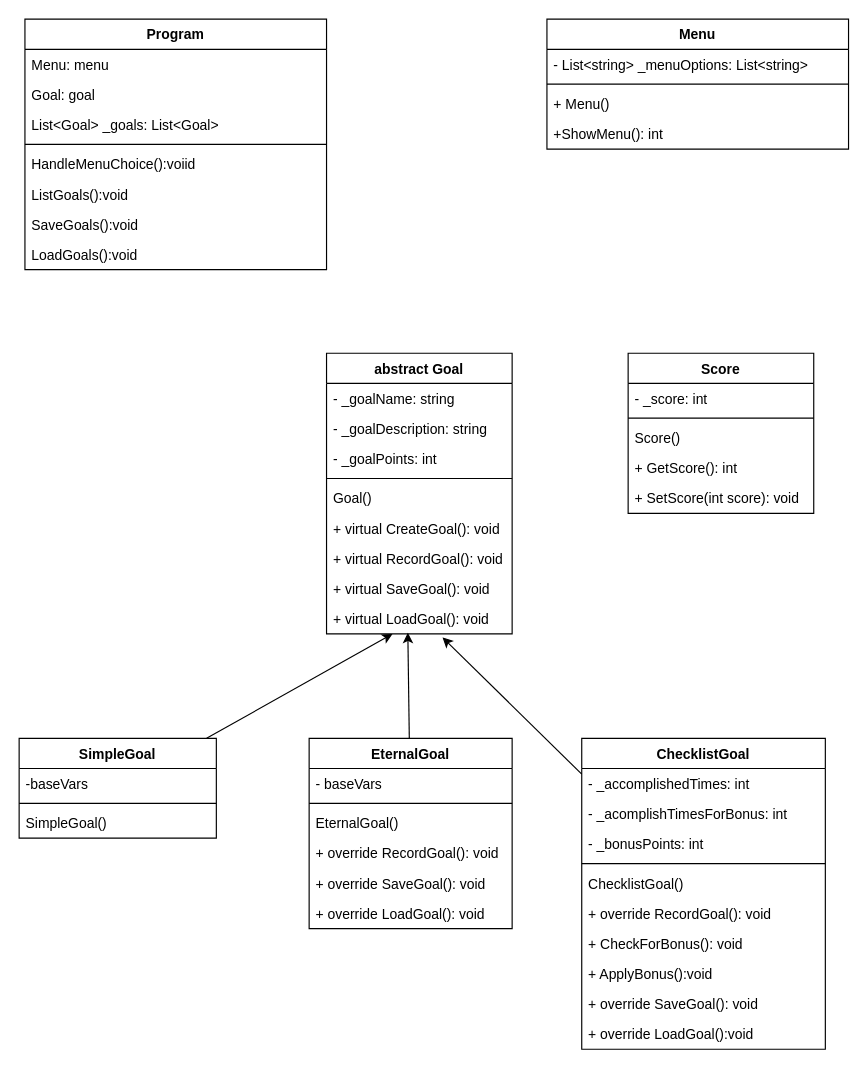
Above: Week9_Diagram.drawio in travismix1980/CodingClassesSchool (draw.io), before the change. Source tidied: cells renumbered, new cells numbered last; positions are measured from the earlier drawing's top-left corner, leaving out a move shared by most shapes. Both pictures are drawn from the tidied source at 116%, with x=0, y=0 at pixel (19, 19).
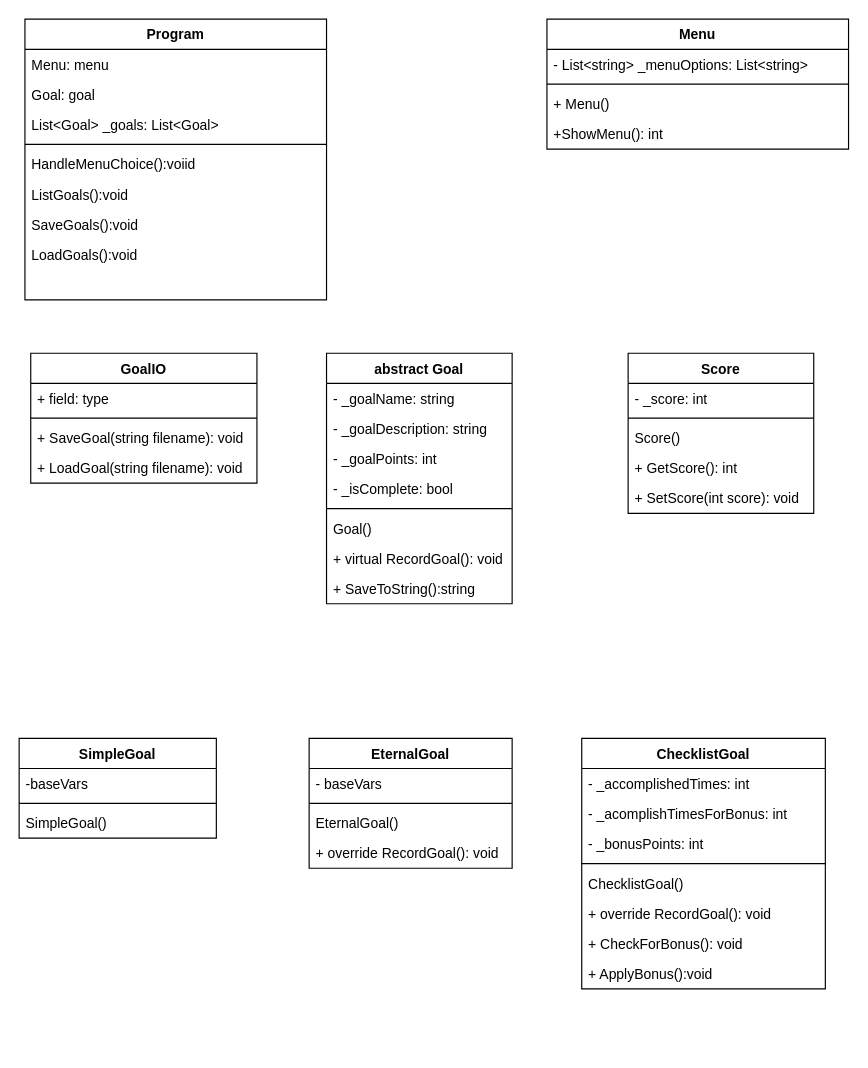
The same page after the edit.

The change refers to these unchanged cells:
```xml
<mxCell id="47" value="SimpleGoal" style="swimlane;fontStyle=1;align=center;verticalAlign=top;horizontal=1;startSize=26;" parent="1" vertex="1">
  <mxGeometry y="620" width="170" height="86" as="geometry" />
</mxCell>
```

What changed in the source:
```diff
@@
     <mxCell id="7" value="Program" style="swimlane;fontStyle=1;align=center;verticalAlign=top;horizontal=1;startSize=26;" parent="1" vertex="1">
-      <mxGeometry x="5" width="260" height="216" as="geometry" />
+      <mxGeometry x="5" width="260" height="242" as="geometry" />
     </mxCell>
@@
+    <mxCell id="57" style="text;strokeColor=none;fillColor=none;align=left;verticalAlign=top;spacingLeft=4;spacingRight=4;overflow=hidden;" parent="7" vertex="1">
+      <mxGeometry y="216" width="260" height="26" as="geometry" />
+    </mxCell>
     <mxCell id="16" value="abstract Goal" style="swimlane;fontStyle=1;align=center;verticalAlign=top;horizontal=1;startSize=26;" parent="1" vertex="1">
-      <mxGeometry x="265" y="288" width="160" height="242" as="geometry" />
+      <mxGeometry x="265" y="288" width="160" height="216" as="geometry" />
     </mxCell>
@@
+    <mxCell id="58" value="- _isComplete: bool" style="text;strokeColor=none;fillColor=none;align=left;verticalAlign=top;spacingLeft=4;spacingRight=4;overflow=hidden;" parent="16" vertex="1">
+      <mxGeometry y="104" width="160" height="26" as="geometry" />
+    </mxCell>
     <mxCell id="20" style="line;strokeWidth=1;fillColor=none;align=left;verticalAlign=middle;spacingTop=-1;spacingLeft=3;spacingRight=3;labelPosition=right;strokeColor=inherit;" parent="16" vertex="1">
-      <mxGeometry y="104" width="160" height="8" as="geometry" />
+      <mxGeometry y="130" width="160" height="8" as="geometry" />
     </mxCell>
     <mxCell id="21" value="Goal()" style="text;strokeColor=none;fillColor=none;align=left;verticalAlign=top;spacingLeft=4;spacingRight=4;overflow=hidden;" parent="16" vertex="1">
-      <mxGeometry y="112" width="160" height="26" as="geometry" />
+      <mxGeometry y="138" width="160" height="26" as="geometry" />
     </mxCell>
-    <mxCell id="22" value="+ virtual CreateGoal(): void" style="text;strokeColor=none;fillColor=none;align=left;verticalAlign=top;spacingLeft=4;spacingRight=4;overflow=hidden;" parent="16" vertex="1">
-      <mxGeometry y="138" width="160" height="26" as="geometry" />
-    </mxCell>
@@
-    <mxCell id="24" value="+ virtual SaveGoal(): void" style="text;strokeColor=none;fillColor=none;align=left;verticalAlign=top;spacingLeft=4;spacingRight=4;overflow=hidden;" parent="16" vertex="1">
-      <mxGeometry y="190" width="160" height="26" as="geometry" />
-    </mxCell>
-    <mxCell id="25" value="+ virtual LoadGoal(): void" style="text;strokeColor=none;fillColor=none;align=left;verticalAlign=top;spacingLeft=4;spacingRight=4;overflow=hidden;points=[[0,0.5],[1,0.5]];portConstraint=eastwest;" parent="16" vertex="1">
-      <mxGeometry y="216" width="160" height="26" as="geometry" />
-    </mxCell>
-    <mxCell id="26" style="edgeStyle=none;html=1;entryX=0.438;entryY=0.962;entryDx=0;entryDy=0;entryPerimeter=0;" parent="1" edge="1" source="27" target="25">
-      <mxGeometry relative="1" as="geometry" />
-    </mxCell>
+    <mxCell id="59" value="+ SaveToString():string" style="text;strokeColor=none;fillColor=none;align=left;verticalAlign=top;spacingLeft=4;spacingRight=4;overflow=hidden;" parent="16" vertex="1">
+      <mxGeometry y="190" width="160" height="26" as="geometry" />
+    </mxCell>
     <mxCell id="27" value="EternalGoal" style="swimlane;fontStyle=1;align=center;verticalAlign=top;horizontal=1;startSize=26;" parent="1" vertex="1">
-      <mxGeometry x="250" y="620" width="175" height="164" as="geometry" />
+      <mxGeometry x="250" y="620" width="175" height="112" as="geometry" />
     </mxCell>
@@
-    <mxCell id="32" value="+ override SaveGoal(): void" style="text;strokeColor=none;fillColor=none;align=left;verticalAlign=top;spacingLeft=4;spacingRight=4;overflow=hidden;" parent="27" vertex="1">
-      <mxGeometry y="112" width="175" height="26" as="geometry" />
-    </mxCell>
-    <mxCell id="33" value="+ override LoadGoal(): void" style="text;strokeColor=none;fillColor=none;align=left;verticalAlign=top;spacingLeft=4;spacingRight=4;overflow=hidden;" parent="27" vertex="1">
-      <mxGeometry y="138" width="175" height="26" as="geometry" />
-    </mxCell>
-    <mxCell id="34" style="edgeStyle=none;html=1;entryX=0.625;entryY=1.115;entryDx=0;entryDy=0;entryPerimeter=0;" parent="1" edge="1" source="35" target="25">
-      <mxGeometry relative="1" as="geometry" />
-    </mxCell>
     <mxCell id="35" value="ChecklistGoal" style="swimlane;fontStyle=1;align=center;verticalAlign=top;horizontal=1;startSize=26;" parent="1" vertex="1">
-      <mxGeometry x="485" y="620" width="210" height="268" as="geometry" />
+      <mxGeometry x="485" y="620" width="210" height="216" as="geometry" />
     </mxCell>
@@
-    <mxCell id="44" value="+ override SaveGoal(): void" style="text;strokeColor=none;fillColor=none;align=left;verticalAlign=top;spacingLeft=4;spacingRight=4;overflow=hidden;" parent="35" vertex="1">
-      <mxGeometry y="216" width="210" height="26" as="geometry" />
-    </mxCell>
-    <mxCell id="45" value="+ override LoadGoal():void" style="text;strokeColor=none;fillColor=none;align=left;verticalAlign=top;spacingLeft=4;spacingRight=4;overflow=hidden;" parent="35" vertex="1">
-      <mxGeometry y="242" width="210" height="26" as="geometry" />
-    </mxCell>
-    <mxCell id="46" style="edgeStyle=none;html=1;" parent="1" edge="1" source="47" target="25">
-      <mxGeometry relative="1" as="geometry" />
-    </mxCell>
@@
+    <mxCell id="60" value="GoalIO" style="swimlane;fontStyle=1;align=center;verticalAlign=top;horizontal=1;startSize=26;" parent="1" vertex="1">
+      <mxGeometry x="10" y="288" width="195" height="112" as="geometry" />
+    </mxCell>
+    <mxCell id="61" value="+ field: type" style="text;strokeColor=none;fillColor=none;align=left;verticalAlign=top;spacingLeft=4;spacingRight=4;overflow=hidden;" parent="60" vertex="1">
+      <mxGeometry y="26" width="195" height="26" as="geometry" />
+    </mxCell>
+    <mxCell id="62" style="line;strokeWidth=1;fillColor=none;align=left;verticalAlign=middle;spacingTop=-1;spacingLeft=3;spacingRight=3;labelPosition=right;strokeColor=inherit;" parent="60" vertex="1">
+      <mxGeometry y="52" width="195" height="8" as="geometry" />
+    </mxCell>
+    <mxCell id="63" value="+ SaveGoal(string filename): void" style="text;strokeColor=none;fillColor=none;align=left;verticalAlign=top;spacingLeft=4;spacingRight=4;overflow=hidden;" parent="60" vertex="1">
+      <mxGeometry y="60" width="195" height="26" as="geometry" />
+    </mxCell>
+    <mxCell id="64" value="+ LoadGoal(string filename): void" style="text;strokeColor=none;fillColor=none;align=left;verticalAlign=top;spacingLeft=4;spacingRight=4;overflow=hidden;" parent="60" vertex="1">
+      <mxGeometry y="86" width="195" height="26" as="geometry" />
+    </mxCell>
```
